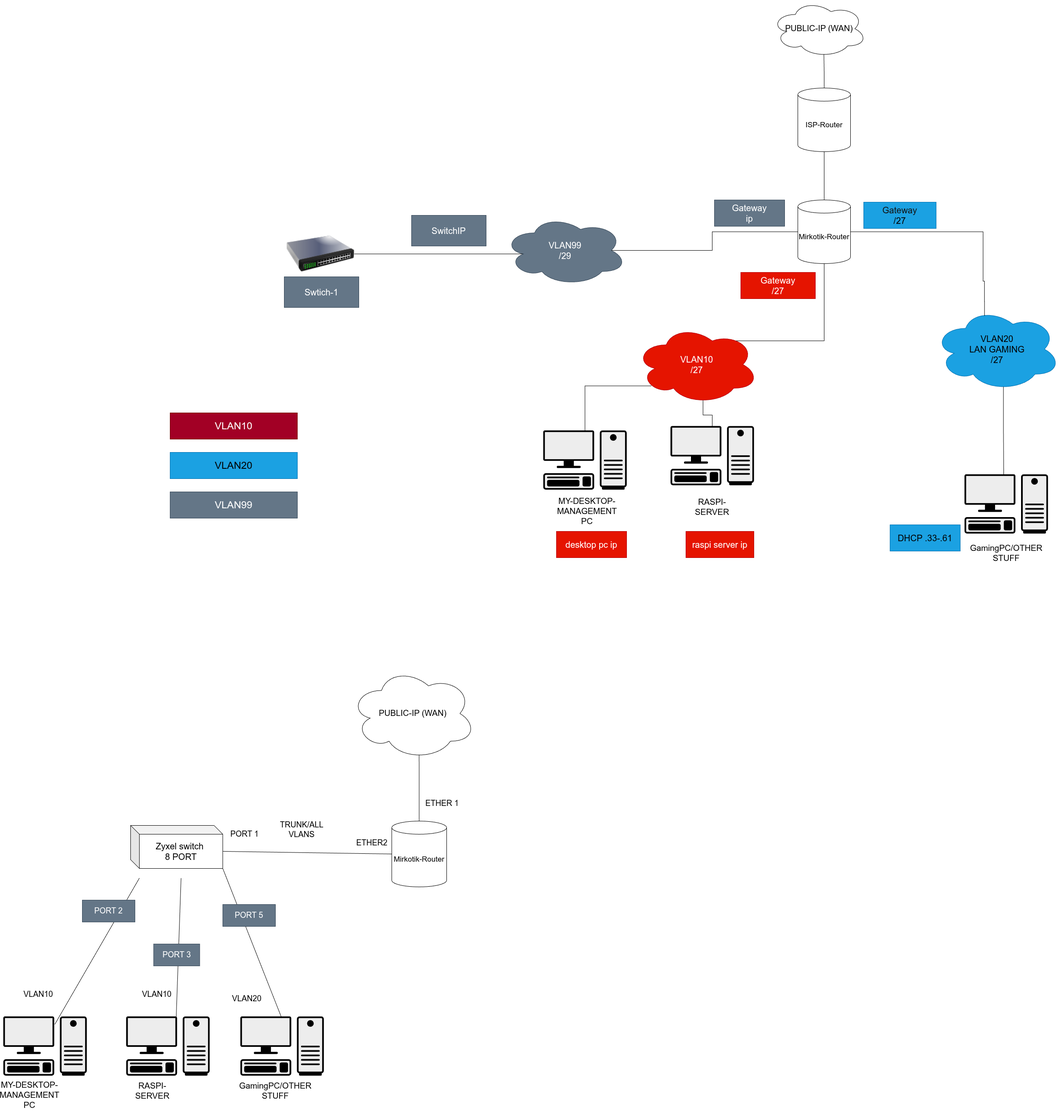
Earlier version of the draw.io export networking/images/Kotiverkko_masked.png (Peltori/HomeLab). Source tidied: cells renumbered, new cells last; positions are measured from the earlier drawing's top-left corner, leaving out a move shared by most shapes.
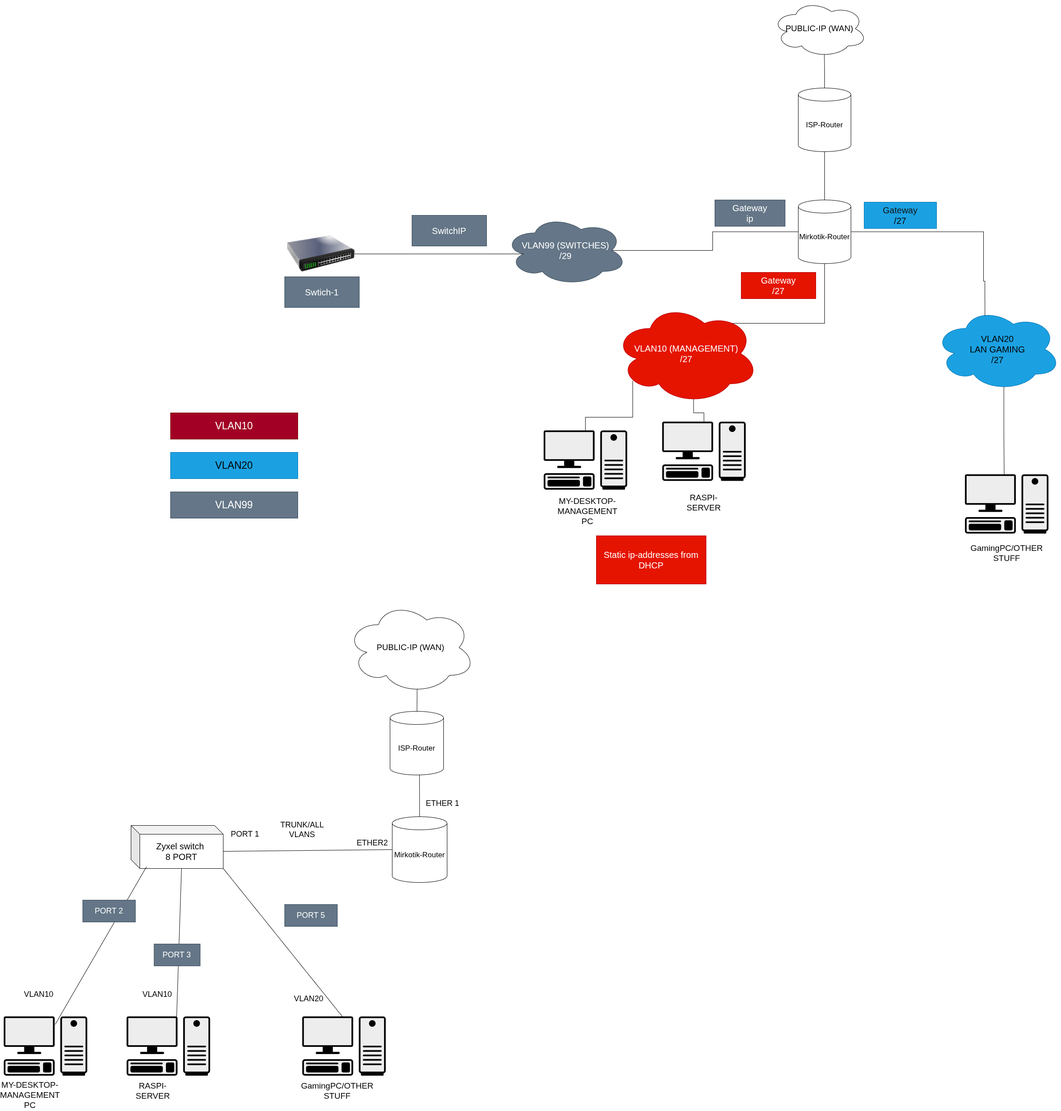
Later version of the same file.

Commit message:
Modified the topology to include VLAN names

Diff of the diagram source:
```diff
@@ -14,8 +14,8 @@
     <mxCell id="5" style="edgeStyle=orthogonalEdgeStyle;rounded=0;jettySize=auto;html=1;exitX=0.13;exitY=0.77;exitDx=0;exitDy=0;exitPerimeter=0;endArrow=none;endFill=0;" parent="1" edge="1" source="6" target="47">
       <mxGeometry relative="1" as="geometry" />
     </mxCell>
-    <mxCell id="6" value="&lt;font style=&quot;font-size: 20px;&quot;&gt;VLAN10&lt;/font&gt;&lt;div&gt;&lt;font style=&quot;font-size: 20px;&quot;&gt;/27&lt;/font&gt;&lt;/div&gt;" style="ellipse;shape=cloud;whiteSpace=wrap;html=1;fillColor=#e51400;fontColor=#ffffff;strokeColor=#B20000;" parent="1" vertex="1">
-      <mxGeometry x="1440" y="740" width="280" height="180" as="geometry" />
+    <mxCell id="6" value="&lt;font style=&quot;font-size: 20px;&quot;&gt;VLAN10 (MANAGEMENT)&lt;/font&gt;&lt;div&gt;&lt;font style=&quot;font-size: 20px;&quot;&gt;/27&lt;/font&gt;&lt;/div&gt;" style="ellipse;shape=cloud;whiteSpace=wrap;html=1;fillColor=#e51400;fontColor=#ffffff;strokeColor=#B20000;" parent="1" vertex="1">
+      <mxGeometry x="1390" y="690" width="330" height="230" as="geometry" />
     </mxCell>
     <mxCell id="7" value="&lt;div&gt;&lt;font style=&quot;font-size: 20px;&quot;&gt;VLAN20&lt;/font&gt;&lt;/div&gt;&lt;font style=&quot;font-size: 20px;&quot;&gt;LAN GAMING&lt;/font&gt;&lt;div&gt;&lt;font style=&quot;font-size: 20px;&quot;&gt;/27&lt;/font&gt;&lt;/div&gt;" style="ellipse;shape=cloud;whiteSpace=wrap;html=1;fillColor=#1ba1e2;fontColor=#000000;strokeColor=#006EAF;" parent="1" vertex="1">
       <mxGeometry x="2120" y="700" width="288" height="190" as="geometry" />
@@ -26,7 +26,7 @@
     <mxCell id="9" style="edgeStyle=orthogonalEdgeStyle;rounded=0;jettySize=auto;html=1;exitX=0.16;exitY=0.55;exitDx=0;exitDy=0;exitPerimeter=0;endArrow=none;endFill=0;entryX=1;entryY=0.5;entryDx=0;entryDy=0;" parent="1" edge="1" source="10" target="54">
       <mxGeometry relative="1" as="geometry" />
     </mxCell>
-    <mxCell id="10" value="&lt;div&gt;&lt;font style=&quot;font-size: 20px;&quot;&gt;VLAN99&lt;/font&gt;&lt;/div&gt;&lt;font style=&quot;font-size: 20px;&quot;&gt;/29&lt;/font&gt;" style="ellipse;shape=cloud;whiteSpace=wrap;html=1;fillColor=#647687;fontColor=#ffffff;strokeColor=#314354;" parent="1" vertex="1">
+    <mxCell id="10" value="&lt;div&gt;&lt;font style=&quot;font-size: 20px;&quot;&gt;VLAN99 (SWITCHES)&lt;/font&gt;&lt;/div&gt;&lt;font style=&quot;font-size: 20px;&quot;&gt;/29&lt;/font&gt;" style="ellipse;shape=cloud;whiteSpace=wrap;html=1;fillColor=#647687;fontColor=#ffffff;strokeColor=#314354;" parent="1" vertex="1">
       <mxGeometry x="1140" y="490" width="280" height="160" as="geometry" />
     </mxCell>
     <mxCell id="11" value="&lt;font style=&quot;font-size: 19px;&quot;&gt;PUBLIC-IP (WAN)&lt;/font&gt;" style="ellipse;shape=cloud;whiteSpace=wrap;html=1;" parent="1" vertex="1">
@@ -51,7 +51,7 @@
       <mxGeometry x="290" y="1880" width="210" height="98" as="geometry" />
     </mxCell>
     <mxCell id="16" style="shape=mxgraph.networks2.icon;fillColor=#EDEDED;strokeColor=#000000;gradientColor=#5B6163;network2IconShadow=1;network2bgFillColor=none;labelPosition=center;verticalLabelPosition=bottom;align=center;verticalAlign=top;network2Icon=mxgraph.networks2.pc;network2IconYOffset=-0.0593;network2IconW=0.9999;network2IconH=0.7096;" parent="1" vertex="1">
-      <mxGeometry x="540" y="2315" width="190.2" height="135" as="geometry" />
+      <mxGeometry x="680" y="2315" width="190.2" height="135" as="geometry" />
     </mxCell>
     <mxCell id="17" style="shape=mxgraph.networks2.icon;fillColor=#EDEDED;strokeColor=#000000;gradientColor=#5B6163;network2IconShadow=1;network2bgFillColor=none;labelPosition=center;verticalLabelPosition=bottom;align=center;verticalAlign=top;network2Icon=mxgraph.networks2.pc;network2IconYOffset=-0.0593;network2IconW=0.9999;network2IconH=0.7096;" parent="1" vertex="1">
       <mxGeometry x="279.9" y="2315" width="190.2" height="135" as="geometry" />
@@ -60,7 +60,7 @@
       <mxGeometry y="2315" width="190.2" height="135" as="geometry" />
     </mxCell>
     <mxCell id="19" value="GamingPC/OTHER STUFF" style="text;html=1;whiteSpace=wrap;strokeColor=none;fillColor=none;align=center;verticalAlign=middle;rounded=0;fontSize=19;" parent="1" vertex="1">
-      <mxGeometry x="560" y="2460" width="120" height="50" as="geometry" />
+      <mxGeometry x="700" y="2460" width="120" height="50" as="geometry" />
     </mxCell>
     <mxCell id="20" value="RASPI-SERVER" style="text;html=1;whiteSpace=wrap;strokeColor=none;fillColor=none;align=center;verticalAlign=middle;rounded=0;fontSize=19;" parent="1" vertex="1">
       <mxGeometry x="279.9" y="2460" width="120" height="50" as="geometry" />
@@ -71,10 +71,10 @@
     <mxCell id="22" style="endArrow=none;html=1;rounded=0;entryX=1;entryY=1;entryDx=0;entryDy=0;entryPerimeter=0;exitX=0.496;exitY=0.029;exitDx=0;exitDy=0;exitPerimeter=0;" parent="1" edge="1" source="16" target="15">
       <mxGeometry relative="1" as="geometry" />
     </mxCell>
-    <mxCell id="23" style="endArrow=none;html=1;rounded=0;entryX=0;entryY=0;entryDx=115;entryDy=120;entryPerimeter=0;exitX=0.595;exitY=0.187;exitDx=0;exitDy=0;exitPerimeter=0;" parent="1" edge="1" source="17" target="15">
+    <mxCell id="23" style="endArrow=none;html=1;rounded=0;entryX=0;entryY=0;entryDx=115;entryDy=98;entryPerimeter=0;exitX=0.595;exitY=0.187;exitDx=0;exitDy=0;exitPerimeter=0;" parent="1" edge="1" source="17" target="15">
       <mxGeometry relative="1" as="geometry" />
     </mxCell>
-    <mxCell id="24" style="endArrow=none;html=1;rounded=0;entryX=0;entryY=0;entryDx=20;entryDy=120;entryPerimeter=0;exitX=0.617;exitY=0.134;exitDx=0;exitDy=0;exitPerimeter=0;" parent="1" edge="1" source="18" target="15">
+    <mxCell id="24" style="endArrow=none;html=1;rounded=0;entryX=0.167;entryY=0.962;entryDx=0;entryDy=0;entryPerimeter=0;exitX=0.617;exitY=0.134;exitDx=0;exitDy=0;exitPerimeter=0;" parent="1" edge="1" source="18" target="15">
       <mxGeometry relative="1" as="geometry" />
     </mxCell>
     <mxCell id="25" value="VLAN10" style="text;html=1;whiteSpace=wrap;strokeColor=none;fillColor=none;align=center;verticalAlign=middle;rounded=0;fontSize=18;" parent="1" vertex="1">
@@ -84,13 +84,13 @@
       <mxGeometry x="320" y="2250" width="60" height="30" as="geometry" />
     </mxCell>
     <mxCell id="27" value="VLAN20" style="text;html=1;whiteSpace=wrap;strokeColor=none;fillColor=none;align=center;verticalAlign=middle;rounded=0;fontSize=18;" parent="1" vertex="1">
-      <mxGeometry x="510" y="2250" width="90" height="50" as="geometry" />
+      <mxGeometry x="650" y="2250" width="90" height="50" as="geometry" />
     </mxCell>
     <mxCell id="28" style="endArrow=none;html=1;rounded=0;exitX=0;exitY=0.5;exitDx=0;exitDy=0;exitPerimeter=0;entryX=0;entryY=0;entryDx=210;entryDy=59;entryPerimeter=0;" parent="1" edge="1" source="29" target="15">
       <mxGeometry relative="1" as="geometry" />
     </mxCell>
     <mxCell id="29" value="&lt;font style=&quot;font-size: 17px;&quot;&gt;Mirkotik-Router&lt;/font&gt;" style="shape=cylinder3;whiteSpace=wrap;html=1;boundedLbl=1;backgroundOutline=1;size=15;" parent="1" vertex="1">
-      <mxGeometry x="885" y="1870" width="125" height="150" as="geometry" />
+      <mxGeometry x="885" y="1860" width="125" height="150" as="geometry" />
     </mxCell>
     <mxCell id="30" value="TRUNK/ALL VLANS" style="text;html=1;whiteSpace=wrap;strokeColor=none;fillColor=none;align=center;verticalAlign=middle;rounded=0;fontSize=18;" parent="1" vertex="1">
       <mxGeometry x="640" y="1850" width="80" height="80" as="geometry" />
@@ -108,12 +108,12 @@
       <mxGeometry x="342.5" y="2150" width="105" height="50" as="geometry" />
     </mxCell>
     <mxCell id="35" value="PORT 5" style="text;html=1;whiteSpace=wrap;align=center;verticalAlign=middle;rounded=0;fontSize=18;fillColor=#647687;fontColor=#FFFFFF;strokeColor=#314354;" parent="1" vertex="1">
-      <mxGeometry x="500" y="2060" width="120" height="50" as="geometry" />
+      <mxGeometry x="640" y="2060" width="120" height="50" as="geometry" />
     </mxCell>
     <mxCell id="36" value="&lt;font style=&quot;font-size: 19px;&quot;&gt;PUBLIC-IP (WAN)&lt;/font&gt;" style="ellipse;shape=cloud;whiteSpace=wrap;html=1;" parent="1" vertex="1">
-      <mxGeometry x="790" y="1520" width="286" height="210" as="geometry" />
+      <mxGeometry x="780" y="1370" width="294" height="210" as="geometry" />
     </mxCell>
-    <mxCell id="37" style="endArrow=none;html=1;rounded=0;entryX=0.55;entryY=0.95;entryDx=0;entryDy=0;entryPerimeter=0;" parent="1" edge="1" source="29" target="36">
+    <mxCell id="37" style="endArrow=none;html=1;rounded=0;entryX=0.55;entryY=0.95;entryDx=0;entryDy=0;entryPerimeter=0;" parent="1" edge="1" source="65" target="36">
       <mxGeometry relative="1" as="geometry" />
     </mxCell>
     <mxCell id="38" value="ETHER 1" style="text;html=1;whiteSpace=wrap;strokeColor=none;fillColor=none;align=center;verticalAlign=middle;rounded=0;fontSize=18;" parent="1" vertex="1">
@@ -131,7 +131,7 @@
     <mxCell id="42" value="&lt;div style=&quot;text-align: center;&quot;&gt;&lt;span style=&quot;background-color: transparent;&quot;&gt;&lt;font style=&quot;font-size: 20px; color: rgb(255, 255, 255);&quot;&gt;SwitchIP&lt;/font&gt;&lt;/span&gt;&lt;/div&gt;" style="text;whiteSpace=wrap;html=1;fillColor=#647687;strokeColor=#314354;fontColor=#ffffff;labelPosition=center;verticalLabelPosition=middle;align=center;verticalAlign=middle;" parent="1" vertex="1">
       <mxGeometry x="930" y="490" width="170" height="70" as="geometry" />
     </mxCell>
-    <mxCell id="43" value="&lt;font style=&quot;font-size: 23px;&quot;&gt;VLAN10&lt;/font&gt;" style="text;html=1;whiteSpace=wrap;strokeColor=#6F0000;fillColor=#a20025;align=center;verticalAlign=middle;rounded=0;fontColor=#FFFFFF;" parent="1" vertex="1">
+    <mxCell id="43" value="&lt;font style=&quot;font-size: 23px;&quot;&gt;VLAN10&lt;/font&gt;" style="text;html=1;whiteSpace=wrap;strokeColor=#6F0000;fillColor=light-dark(#A20025,#FF9281);align=center;verticalAlign=middle;rounded=0;fontColor=#FFFFFF;" parent="1" vertex="1">
       <mxGeometry x="380" y="940" width="290" height="60" as="geometry" />
     </mxCell>
     <mxCell id="44" value="&lt;font style=&quot;font-size: 23px;&quot;&gt;VLAN20&lt;/font&gt;" style="text;html=1;whiteSpace=wrap;strokeColor=#006EAF;fillColor=#1ba1e2;align=center;verticalAlign=middle;rounded=0;fontColor=#000000;" parent="1" vertex="1">
@@ -140,30 +140,6 @@
     <mxCell id="45" value="&lt;font style=&quot;font-size: 23px;&quot;&gt;VLAN99&lt;/font&gt;" style="text;html=1;whiteSpace=wrap;strokeColor=#314354;fillColor=#647687;align=center;verticalAlign=middle;rounded=0;fontColor=#ffffff;" parent="1" vertex="1">
       <mxGeometry x="380" y="1120" width="290" height="60" as="geometry" />
     </mxCell>
-    <mxCell id="46" style="group;labelPosition=center;verticalLabelPosition=middle;align=center;verticalAlign=middle;" parent="1" vertex="1">
-      <mxGeometry x="1230" y="980" width="190.2" height="290" as="geometry" />
-    </mxCell>
-    <mxCell id="47" style="shape=mxgraph.networks2.icon;fillColor=#EDEDED;strokeColor=#000000;gradientColor=#5B6163;network2IconShadow=1;network2bgFillColor=none;labelPosition=center;verticalLabelPosition=bottom;align=center;verticalAlign=top;network2Icon=mxgraph.networks2.pc;network2IconYOffset=-0.0593;network2IconW=0.9999;network2IconH=0.7096;" parent="46" vertex="1">
-      <mxGeometry width="190.2" height="135" as="geometry" />
-    </mxCell>
-    <mxCell id="48" value="MY-DESKTOP-MANAGEMENT PC" style="text;html=1;whiteSpace=wrap;strokeColor=none;fillColor=none;align=center;verticalAlign=middle;rounded=0;fontSize=19;" parent="46" vertex="1">
-      <mxGeometry x="40.1" y="150" width="120" height="70" as="geometry" />
-    </mxCell>
-    <mxCell id="49" value="&lt;span style=&quot;font-family: Helvetica; font-style: normal; font-variant-ligatures: normal; font-variant-caps: normal; font-weight: 400; letter-spacing: normal; orphans: 2; text-align: center; text-indent: 0px; text-transform: none; widows: 2; word-spacing: 0px; -webkit-text-stroke-width: 0px; white-space: normal; text-decoration-thickness: initial; text-decoration-style: initial; text-decoration-color: initial; float: none; display: inline !important;&quot;&gt;&lt;font style=&quot;font-size: 20px;&quot;&gt;desktop pc ip&lt;/font&gt;&lt;/span&gt;" style="text;whiteSpace=wrap;html=1;fillColor=#e51400;strokeColor=#B20000;fontColor=#FFFFFF;labelPosition=center;verticalLabelPosition=middle;align=center;verticalAlign=middle;" parent="46" vertex="1">
-      <mxGeometry x="30.1" y="230" width="159.9" height="60" as="geometry" />
-    </mxCell>
-    <mxCell id="50" style="group;" parent="1" vertex="1">
-      <mxGeometry x="1519.9" y="970" width="190.2" height="300" as="geometry" />
-    </mxCell>
-    <mxCell id="51" style="shape=mxgraph.networks2.icon;fillColor=#EDEDED;strokeColor=#000000;gradientColor=#5B6163;network2IconShadow=1;network2bgFillColor=none;labelPosition=center;verticalLabelPosition=bottom;align=center;verticalAlign=top;network2Icon=mxgraph.networks2.pc;network2IconYOffset=-0.0593;network2IconW=0.9999;network2IconH=0.7096;" parent="50" vertex="1">
-      <mxGeometry width="190.2" height="135" as="geometry" />
-    </mxCell>
-    <mxCell id="52" value="RASPI-SERVER" style="text;html=1;whiteSpace=wrap;strokeColor=none;fillColor=none;align=center;verticalAlign=middle;rounded=0;fontSize=19;" parent="50" vertex="1">
-      <mxGeometry x="35.1" y="160" width="120" height="50" as="geometry" />
-    </mxCell>
-    <mxCell id="53" value="&lt;span style=&quot;font-family: Helvetica; font-style: normal; font-variant-ligatures: normal; font-variant-caps: normal; font-weight: 400; letter-spacing: normal; orphans: 2; text-align: center; text-indent: 0px; text-transform: none; widows: 2; word-spacing: 0px; -webkit-text-stroke-width: 0px; white-space: normal; text-decoration-thickness: initial; text-decoration-style: initial; text-decoration-color: initial; float: none; display: inline !important;&quot;&gt;&lt;font style=&quot;font-size: 20px;&quot;&gt;raspi server ip&lt;/font&gt;&lt;/span&gt;" style="text;whiteSpace=wrap;html=1;fillColor=#e51400;strokeColor=#B20000;fontColor=#FFFFFF;labelPosition=center;verticalLabelPosition=middle;align=center;verticalAlign=middle;" parent="50" vertex="1">
-      <mxGeometry x="35.1" y="240" width="154.9" height="60" as="geometry" />
-    </mxCell>
     <mxCell id="54" style="image;html=1;image=img/lib/clip_art/networking/Switch_128x128.png;" parent="1" vertex="1">
       <mxGeometry x="645" y="500" width="155" height="156" as="geometry" />
     </mxCell>
@@ -179,14 +155,41 @@
     <mxCell id="58" value="GamingPC/OTHER STUFF" style="text;html=1;whiteSpace=wrap;strokeColor=none;fillColor=none;align=center;verticalAlign=middle;rounded=0;fontSize=19;" parent="56" vertex="1">
       <mxGeometry x="204.8" y="155" width="120" height="50" as="geometry" />
     </mxCell>
-    <mxCell id="59" value="&lt;span style=&quot;font-family: Helvetica; font-style: normal; font-variant-ligatures: normal; font-variant-caps: normal; font-weight: 400; letter-spacing: normal; orphans: 2; text-align: center; text-indent: 0px; text-transform: none; widows: 2; word-spacing: 0px; -webkit-text-stroke-width: 0px; white-space: normal; text-decoration-thickness: initial; text-decoration-style: initial; text-decoration-color: initial; float: none; display: inline !important;&quot;&gt;&lt;font style=&quot;color: rgb(0, 0, 0); font-size: 20px;&quot;&gt;DHCP .33-.61&lt;/font&gt;&lt;/span&gt;" style="text;whiteSpace=wrap;html=1;fillColor=#1ba1e2;strokeColor=#006EAF;fontColor=#ffffff;labelPosition=center;verticalLabelPosition=middle;align=center;verticalAlign=middle;" parent="56" vertex="1">
-      <mxGeometry y="115" width="160" height="60" as="geometry" />
-    </mxCell>
     <mxCell id="60" value="&lt;font style=&quot;font-size: 17px;&quot;&gt;ISP-Router&lt;/font&gt;" style="shape=cylinder3;whiteSpace=wrap;html=1;boundedLbl=1;backgroundOutline=1;size=15;" parent="1" vertex="1">
       <mxGeometry x="1810" y="200" width="120" height="145" as="geometry" />
     </mxCell>
     <mxCell id="61" style="edgeStyle=orthogonalEdgeStyle;rounded=0;jettySize=auto;html=1;entryX=0.5;entryY=1;entryDx=0;entryDy=0;entryPerimeter=0;endArrow=none;endFill=0;exitX=0.5;exitY=0;exitDx=0;exitDy=0;exitPerimeter=0;" parent="1" edge="1" source="2" target="60">
       <mxGeometry relative="1" as="geometry" />
     </mxCell>
+    <mxCell id="62" style="group;" parent="1" vertex="1">
+      <mxGeometry x="1230" y="960" width="460.2" height="370" as="geometry" />
+    </mxCell>
+    <mxCell id="46" style="group;labelPosition=center;verticalLabelPosition=middle;align=center;verticalAlign=middle;" parent="62" vertex="1">
+      <mxGeometry y="20" width="190.2" height="290" as="geometry" />
+    </mxCell>
+    <mxCell id="47" style="shape=mxgraph.networks2.icon;fillColor=#EDEDED;strokeColor=#000000;gradientColor=#5B6163;network2IconShadow=1;network2bgFillColor=none;labelPosition=center;verticalLabelPosition=bottom;align=center;verticalAlign=top;network2Icon=mxgraph.networks2.pc;network2IconYOffset=-0.0593;network2IconW=0.9999;network2IconH=0.7096;" parent="46" vertex="1">
+      <mxGeometry width="190.2" height="135" as="geometry" />
+    </mxCell>
+    <mxCell id="48" value="MY-DESKTOP-MANAGEMENT PC" style="text;html=1;whiteSpace=wrap;strokeColor=none;fillColor=none;align=center;verticalAlign=middle;rounded=0;fontSize=19;" parent="46" vertex="1">
+      <mxGeometry x="40.1" y="150" width="120" height="70" as="geometry" />
+    </mxCell>
+    <mxCell id="50" style="group;" parent="62" vertex="1">
+      <mxGeometry x="270" width="190.2" height="300" as="geometry" />
+    </mxCell>
+    <mxCell id="51" style="shape=mxgraph.networks2.icon;fillColor=#EDEDED;strokeColor=#000000;gradientColor=#5B6163;network2IconShadow=1;network2bgFillColor=none;labelPosition=center;verticalLabelPosition=bottom;align=center;verticalAlign=top;network2Icon=mxgraph.networks2.pc;network2IconYOffset=-0.0593;network2IconW=0.9999;network2IconH=0.7096;" parent="50" vertex="1">
+      <mxGeometry width="190.2" height="135" as="geometry" />
+    </mxCell>
+    <mxCell id="52" value="RASPI-SERVER" style="text;html=1;whiteSpace=wrap;strokeColor=none;fillColor=none;align=center;verticalAlign=middle;rounded=0;fontSize=19;" parent="50" vertex="1">
+      <mxGeometry x="35.1" y="160" width="120" height="50" as="geometry" />
+    </mxCell>
+    <mxCell id="63" value="&lt;span style=&quot;font-family: Helvetica; font-style: normal; font-variant-ligatures: normal; font-variant-caps: normal; font-weight: 400; letter-spacing: normal; orphans: 2; text-align: center; text-indent: 0px; text-transform: none; widows: 2; word-spacing: 0px; -webkit-text-stroke-width: 0px; white-space: normal; text-decoration-thickness: initial; text-decoration-style: initial; text-decoration-color: initial; float: none; display: inline !important;&quot;&gt;&lt;font style=&quot;font-size: 20px;&quot;&gt;Static ip-addresses from DHCP&lt;/font&gt;&lt;/span&gt;" style="text;whiteSpace=wrap;html=1;fillColor=#e51400;strokeColor=#B20000;fontColor=#FFFFFF;labelPosition=center;verticalLabelPosition=middle;align=center;verticalAlign=middle;" parent="62" vertex="1">
+      <mxGeometry x="120" y="260" width="250" height="110" as="geometry" />
+    </mxCell>
+    <mxCell id="64" style="endArrow=none;html=1;rounded=0;entryX=0.55;entryY=0.95;entryDx=0;entryDy=0;entryPerimeter=0;" parent="1" edge="1" source="29" target="65">
+      <mxGeometry relative="1" as="geometry" />
+    </mxCell>
+    <mxCell id="65" value="&lt;font style=&quot;font-size: 17px;&quot;&gt;ISP-Router&lt;/font&gt;" style="shape=cylinder3;whiteSpace=wrap;html=1;boundedLbl=1;backgroundOutline=1;size=15;" parent="1" vertex="1">
+      <mxGeometry x="880" y="1620" width="122" height="145" as="geometry" />
+    </mxCell>
   </root>
 </mxGraphModel>
```
